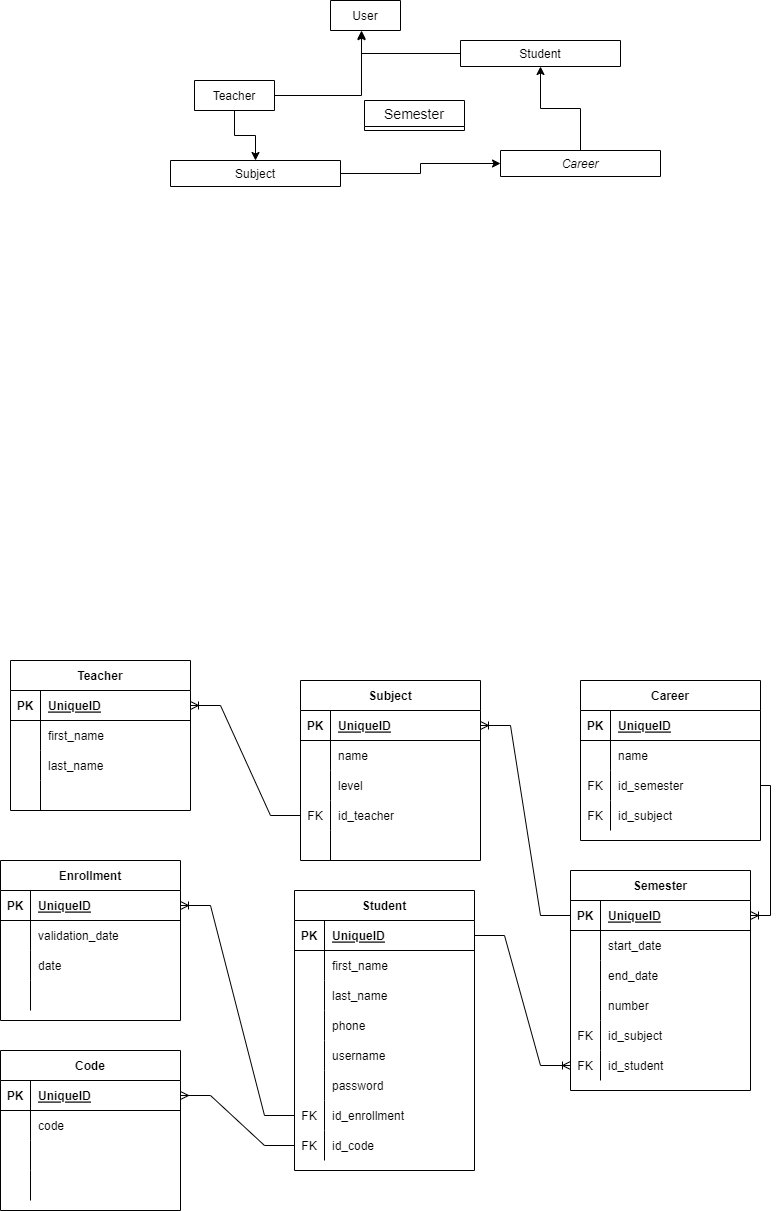
Earlier version of the draw.io export University Diagram.drawio.png (GuilleAlvarado/draw). Source tidied: cells renumbered, new cells last; positions are measured from the earlier drawing's top-left corner, leaving out a move shared by most shapes.
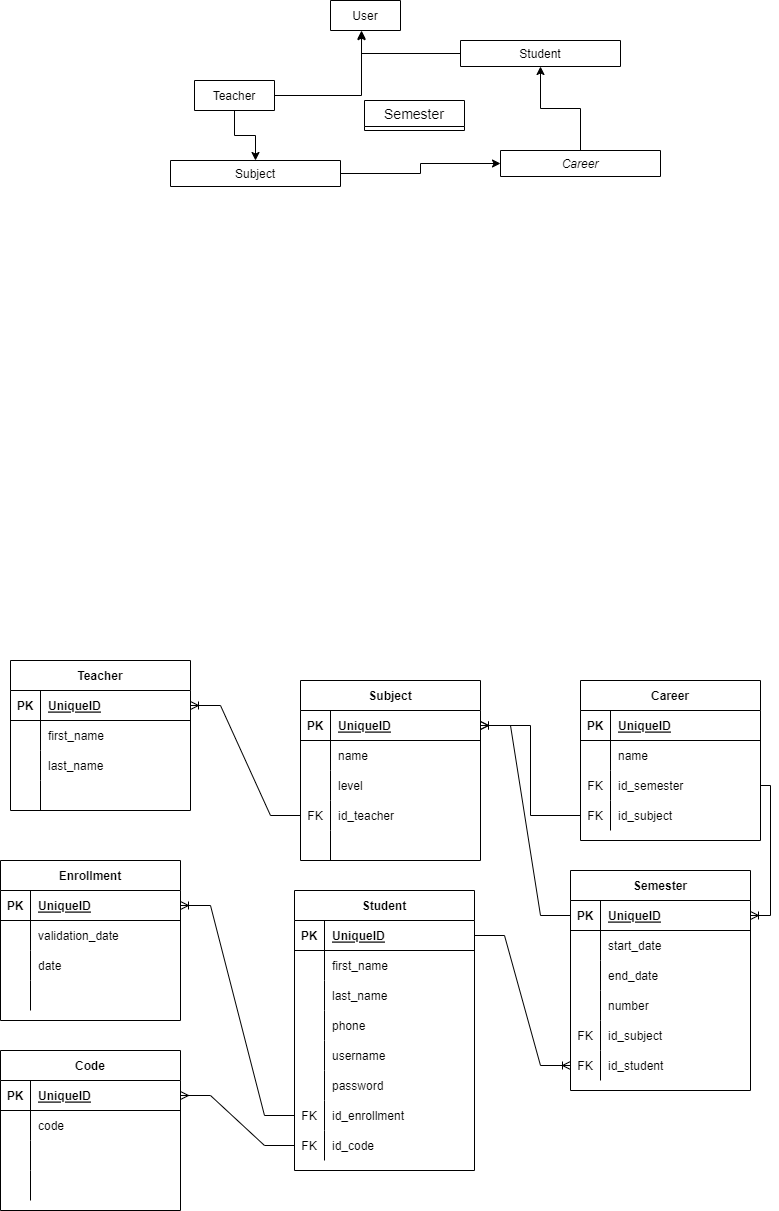
The same file after the commit.

What changed in the source:
```diff
@@ -381,5 +381,8 @@
     <mxCell id="126" style="edgeStyle=entityRelationEdgeStyle;fontSize=12;html=1;endArrow=ERoneToMany;rounded=0;exitX=1;exitY=0.5;exitDx=0;exitDy=0;entryX=0;entryY=0.5;entryDx=0;entryDy=0;" parent="1" edge="1" source="55" target="121">
       <mxGeometry relative="1" as="geometry" />
     </mxCell>
+    <mxCell id="127" style="edgeStyle=elbowEdgeStyle;fontSize=12;html=1;endArrow=ERoneToMany;rounded=0;exitX=0;exitY=0.5;exitDx=0;exitDy=0;entryX=1;entryY=0.5;entryDx=0;entryDy=0;" parent="1" edge="1" source="38" target="13">
+      <mxGeometry relative="1" as="geometry" />
+    </mxCell>
   </root>
 </mxGraphModel>
```
